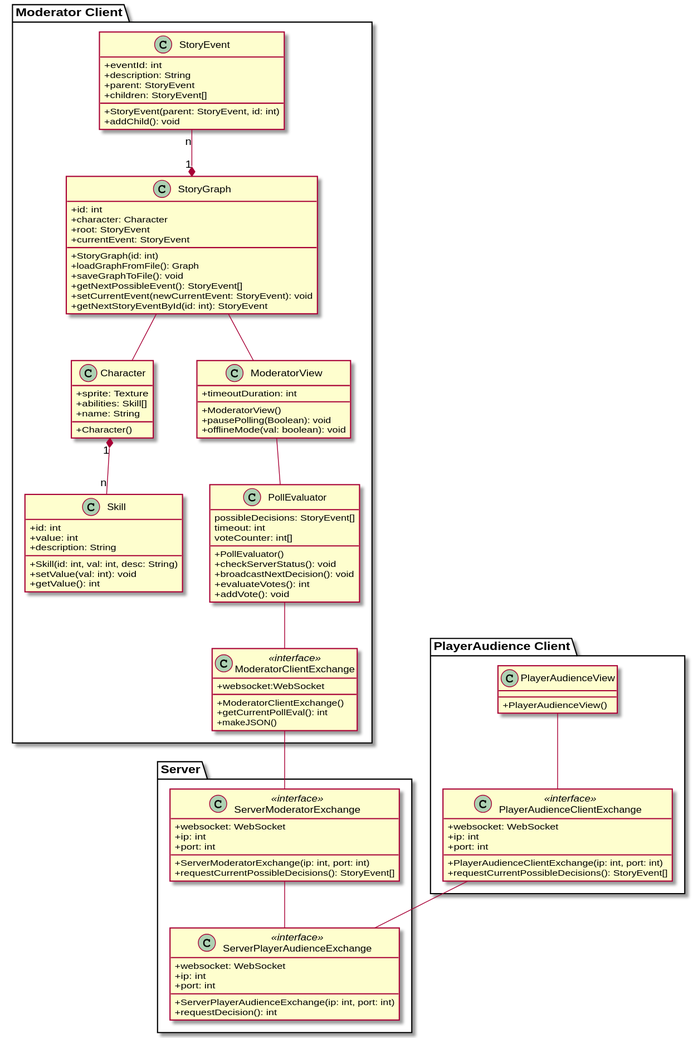
The PlantUML diagram Docs/Technical Specifications/docs/diagrams/ClassDiagram.svg in Brotenko/QualityQuest, before a commit.
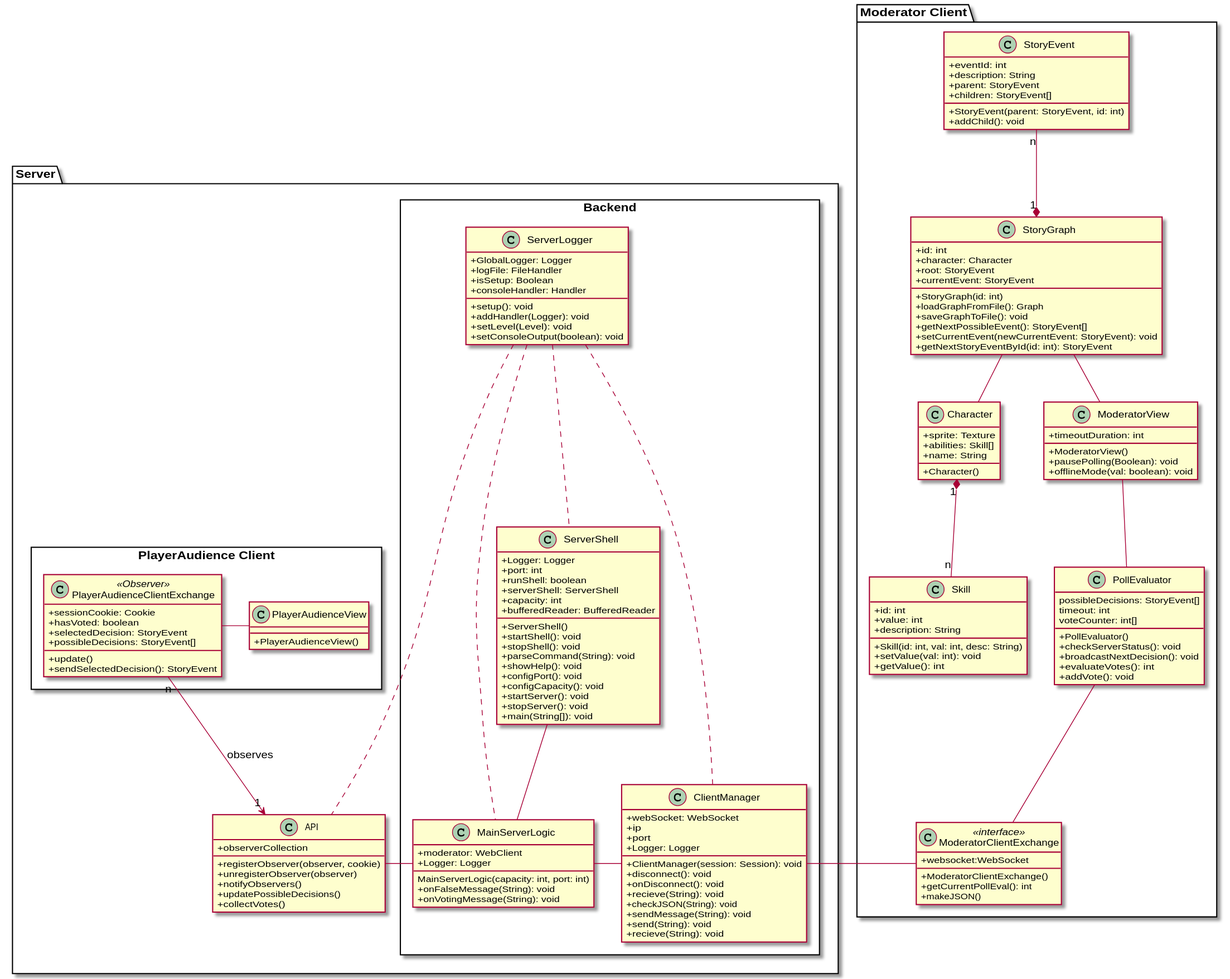
After the change.

Commit message:
expanded class diagram

Change to the diagram source:
```diff
@@ -66,52 +66,103 @@
     {method} +getCurrentPollEval(): int
     {method} +makeJSON()
   }
+
+  StoryEvent "n" --* "1" StoryGraph
+  StoryGraph -- mf
+  StoryGraph -- Character
+  Character "1" *-- "n" Skill
+  mf -- pe
+  pe -- mcei
 }
 
 package "Server" {
+   class "API" as api {
+        {field} +observerCollection
+        {method} +registerObserver(observer, cookie)
+        {method} +unregisterObserver(observer)
+        {method} +notifyObservers()
+        {method} +updatePossibleDecisions()
+        {method} +collectVotes()
+  }
+  package "Backend" <<Rectangle>>{
+    class "ServerShell" as ss {
+      {field} +Logger: Logger
+      {field} +port: int
+      {field} +runShell: boolean
+      {field} +serverShell: ServerShell
+      {field} +capacity: int
+      {field} +bufferedReader: BufferedReader
+      {method} +ServerShell()
+      {method} +startShell(): void
+      {method} +stopShell(): void
+      {method} +parseCommand(String): void
+      {method} +showHelp(): void
+      {method} +configPort(): void
+      {method} +configCapacity(): void
+      {method} +startServer(): void
+      {method} +stopServer(): void
+      {method} +main(String[]): void
+    }
 
-  class "ServerModeratorExchange" as smei <<interface>>{
-    {field} +websocket: WebSocket
-    {field} +ip: int
-    {field} +port: int
-    {method} +ServerModeratorExchange(ip: int, port: int)
-    {method} +requestCurrentPossibleDecisions(): StoryEvent[]
+    class "ClientManager" as cm {
+      {field} +webSocket: WebSocket
+      {field} +ip
+      {field} +port
+      {field} +Logger: Logger
+      {method} +ClientManager(session: Session): void
+      {method} +disconnect(): void
+      {method} +onDisconnect(): void
+      {method} +recieve(String): void
+      {method} +checkJSON(String): void
+      {method} +sendMessage(String): void
+      {method} +send(String): void
+      {method} +recieve(String): void
+    }
+
+    class "MainServerLogic" as msl {
+      {field} +moderator: WebClient
+      {field} +Logger: Logger
+      {method} MainServerLogic(capacity: int, port: int)
+      {method} +onFalseMessage(String): void
+      {method} +onVotingMessage(String): void
+
+    }
+
+    class "ServerLogger" as sl {
+      {field} +GlobalLogger: Logger
+      {field} +logFile: FileHandler
+      {field} +isSetup: Boolean
+      {field} +consoleHandler: Handler
+      {method} +setup(): void
+      {method} +addHandler(Logger): void
+      {method} +setLevel(Level): void
+      {method} +setConsoleOutput(boolean): void
+    }
   }
+  package "PlayerAudience Client" <<Rectangle>>{
+    class "PlayerAudienceClientExchange" as pace <<Observer>>{
+      {field} +sessionCookie: Cookie
+      {field} +hasVoted: boolean
+      {field} +selectedDecision: StoryEvent
+      {field} +possibleDecisions: StoryEvent[]
+      {method} +update()
+      {method} +sendSelectedDecision(): StoryEvent
+    }
 
-  class "ServerPlayerAudienceExchange" as spaei <<interface>>{
-    {field} +websocket: WebSocket
-    {field} +ip: int
-    {field} +port: int
-    {method} +ServerPlayerAudienceExchange(ip: int, port: int)
-    {method} +requestDecision(): int
+    class "PlayerAudienceView" as pav {
+      {method} +PlayerAudienceView()
+    }
   }
-
+  ss -- msl
+  msl - cm
+  msl -left- api
+  sl ... cm
+  sl ... msl
+  sl ... api
+  sl ... ss
+  pace - pav
+  api "1" <-up- "n" pace : observes
 }
 
-
-package "PlayerAudience Client"{
-
-  class "PlayerAudienceClientExchange" as pacei <<interface>>{
-    {field} +websocket: WebSocket
-    {field} +ip: int
-    {field} +port: int
-    {method} +PlayerAudienceClientExchange(ip: int, port: int)
-    {method} +requestCurrentPossibleDecisions(): StoryEvent[]
-  }
-
-  class "PlayerAudienceView" as pav {
-    {method} +PlayerAudienceView()
-  }
-}
-
-StoryEvent "n" --* "1" StoryGraph
-StoryGraph -- mf
-StoryGraph -- Character
-Character "1" *-- "n" Skill
-mf -- pe
-pe -- mcei
-smei -- spaei
-pacei -up- pav
-mcei -- smei
-pacei -- spaei
+mcei - cm
 @enduml
```
